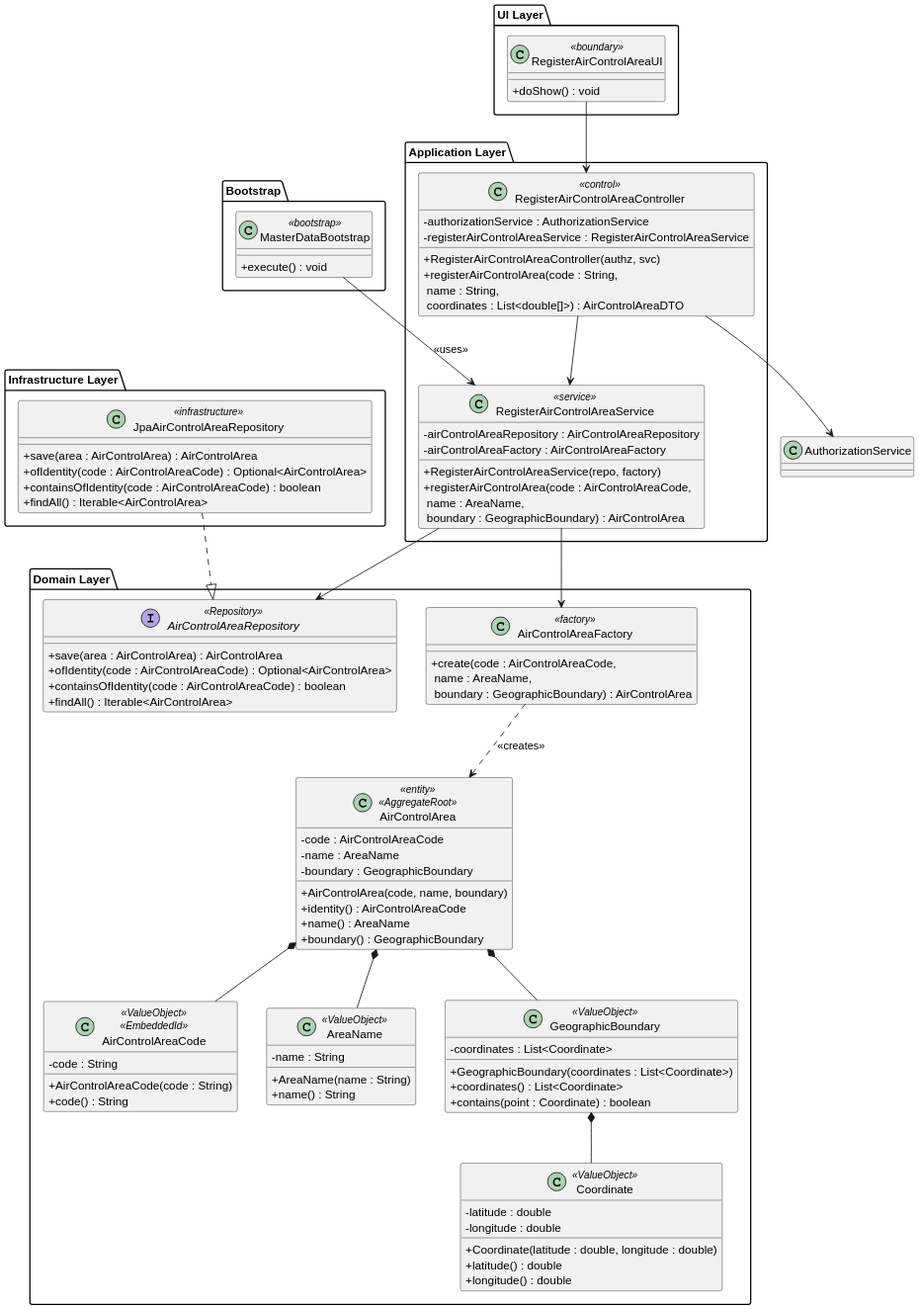
Earlier version of the PlantUML export docs/Sprint 2/EAPLI/US050/svg/US050_class_diagram.svg (DuartePinto1240/sem4pi2526-sem4pi2526_2da2).
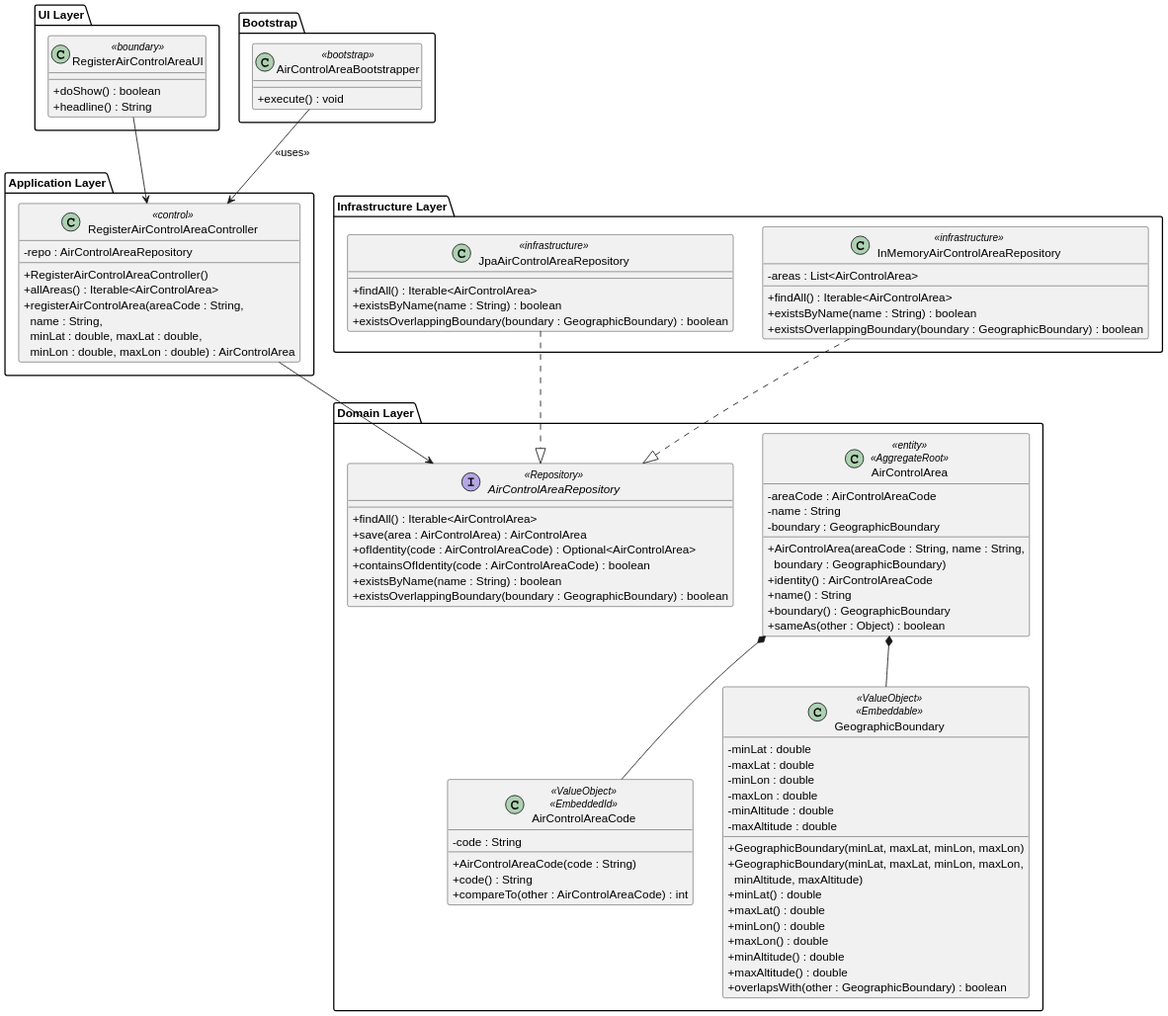
After the commit.

The edit, as a diff of the source:
```diff
@@ -3,106 +3,98 @@
 
 package "UI Layer" {
   class RegisterAirControlAreaUI <<boundary>> {
-    + doShow() : void
+    + doShow() : boolean
+    + headline() : String
   }
 }
 
 package "Application Layer" {
   class RegisterAirControlAreaController <<control>> {
-    - authorizationService : AuthorizationService
-    - registerAirControlAreaService : RegisterAirControlAreaService
-    + RegisterAirControlAreaController(authz, svc)
-    + registerAirControlArea(code : String,\n name : String,\n coordinates : List<double[]>) : AirControlAreaDTO
-  }
-
-  class RegisterAirControlAreaService <<service>> {
-    - airControlAreaRepository : AirControlAreaRepository
-    - airControlAreaFactory : AirControlAreaFactory
-    + RegisterAirControlAreaService(repo, factory)
-    + registerAirControlArea(code : AirControlAreaCode,\n name : AreaName,\n boundary : GeographicBoundary) : AirControlArea
+    - repo : AirControlAreaRepository
+    + RegisterAirControlAreaController()
+    + allAreas() : Iterable<AirControlArea>
+    + registerAirControlArea(areaCode : String,\n  name : String,\n  minLat : double, maxLat : double,\n  minLon : double, maxLon : double) : AirControlArea
   }
 }
 
 package "Domain Layer" {
   class AirControlArea <<entity>> <<AggregateRoot>> {
-    - code : AirControlAreaCode
-    - name : AreaName
+    - areaCode : AirControlAreaCode
+    - name : String
     - boundary : GeographicBoundary
-    + AirControlArea(code, name, boundary)
+    + AirControlArea(areaCode : String, name : String,\n  boundary : GeographicBoundary)
     + identity() : AirControlAreaCode
-    + name() : AreaName
+    + name() : String
     + boundary() : GeographicBoundary
-  }
-
-  class AirControlAreaFactory <<factory>> {
-    + create(code : AirControlAreaCode,\n name : AreaName,\n boundary : GeographicBoundary) : AirControlArea
+    + sameAs(other : Object) : boolean
   }
 
   class AirControlAreaCode <<ValueObject>> <<EmbeddedId>> {
     - code : String
     + AirControlAreaCode(code : String)
     + code() : String
+    + compareTo(other : AirControlAreaCode) : int
   }
 
-  class AreaName <<ValueObject>> {
-    - name : String
-    + AreaName(name : String)
-    + name() : String
-  }
-
-  class GeographicBoundary <<ValueObject>> {
-    - coordinates : List<Coordinate>
-    + GeographicBoundary(coordinates : List<Coordinate>)
-    + coordinates() : List<Coordinate>
-    + contains(point : Coordinate) : boolean
-  }
-
-  class Coordinate <<ValueObject>> {
-    - latitude : double
-    - longitude : double
-    + Coordinate(latitude : double, longitude : double)
-    + latitude() : double
-    + longitude() : double
+  class GeographicBoundary <<ValueObject>> <<Embeddable>> {
+    - minLat : double
+    - maxLat : double
+    - minLon : double
+    - maxLon : double
+    - minAltitude : double
+    - maxAltitude : double
+    + GeographicBoundary(minLat, maxLat, minLon, maxLon)
+    + GeographicBoundary(minLat, maxLat, minLon, maxLon,\n  minAltitude, maxAltitude)
+    + minLat() : double
+    + maxLat() : double
+    + minLon() : double
+    + maxLon() : double
+    + minAltitude() : double
+    + maxAltitude() : double
+    + overlapsWith(other : GeographicBoundary) : boolean
   }
 
   interface AirControlAreaRepository <<Repository>> {
+    + findAll() : Iterable<AirControlArea>
     + save(area : AirControlArea) : AirControlArea
     + ofIdentity(code : AirControlAreaCode) : Optional<AirControlArea>
     + containsOfIdentity(code : AirControlAreaCode) : boolean
-    + findAll() : Iterable<AirControlArea>
+    + existsByName(name : String) : boolean
+    + existsOverlappingBoundary(boundary : GeographicBoundary) : boolean
   }
 }
 
 package "Infrastructure Layer" {
   class JpaAirControlAreaRepository <<infrastructure>> {
-    + save(area : AirControlArea) : AirControlArea
-    + ofIdentity(code : AirControlAreaCode) : Optional<AirControlArea>
-    + containsOfIdentity(code : AirControlAreaCode) : boolean
     + findAll() : Iterable<AirControlArea>
+    + existsByName(name : String) : boolean
+    + existsOverlappingBoundary(boundary : GeographicBoundary) : boolean
   }
+
+  class InMemoryAirControlAreaRepository <<infrastructure>> {
+    - areas : List<AirControlArea>
+    + findAll() : Iterable<AirControlArea>
+    + existsByName(name : String) : boolean
+    + existsOverlappingBoundary(boundary : GeographicBoundary) : boolean
+  }
+
 }
 
 package "Bootstrap" {
-  class MasterDataBootstrap <<bootstrap>> {
+  class AirControlAreaBootstrapper <<bootstrap>> {
     + execute() : void
   }
 }
 
 RegisterAirControlAreaUI --> RegisterAirControlAreaController
-RegisterAirControlAreaController --> RegisterAirControlAreaService
-RegisterAirControlAreaController --> AuthorizationService
 
-RegisterAirControlAreaService --> AirControlAreaFactory
-RegisterAirControlAreaService --> AirControlAreaRepository
-
-AirControlAreaFactory ..> AirControlArea : <<creates>>
+RegisterAirControlAreaController --> AirControlAreaRepository
 
 AirControlArea *-- AirControlAreaCode
-AirControlArea *-- AreaName
 AirControlArea *-- GeographicBoundary
-GeographicBoundary *-- Coordinate
 
 JpaAirControlAreaRepository ..|> AirControlAreaRepository
+InMemoryAirControlAreaRepository ..|> AirControlAreaRepository
 
-MasterDataBootstrap --> RegisterAirControlAreaService : <<uses>>
+AirControlAreaBootstrapper --> RegisterAirControlAreaController : <<uses>>
 @enduml
```
